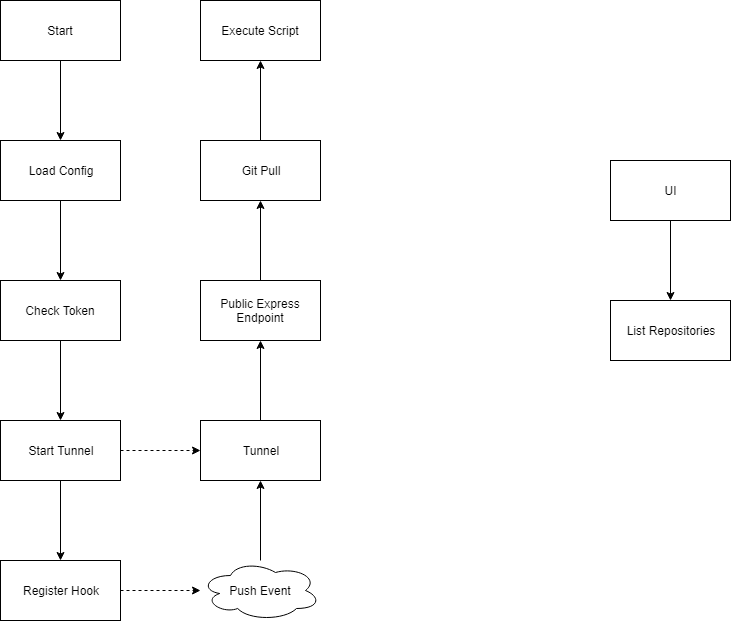
Earlier version of the draw.io export diagram.png (cinderblock/coxswain). Source tidied: cells renumbered, new cells last; positions are measured from the earlier drawing's top-left corner, leaving out a move shared by most shapes.
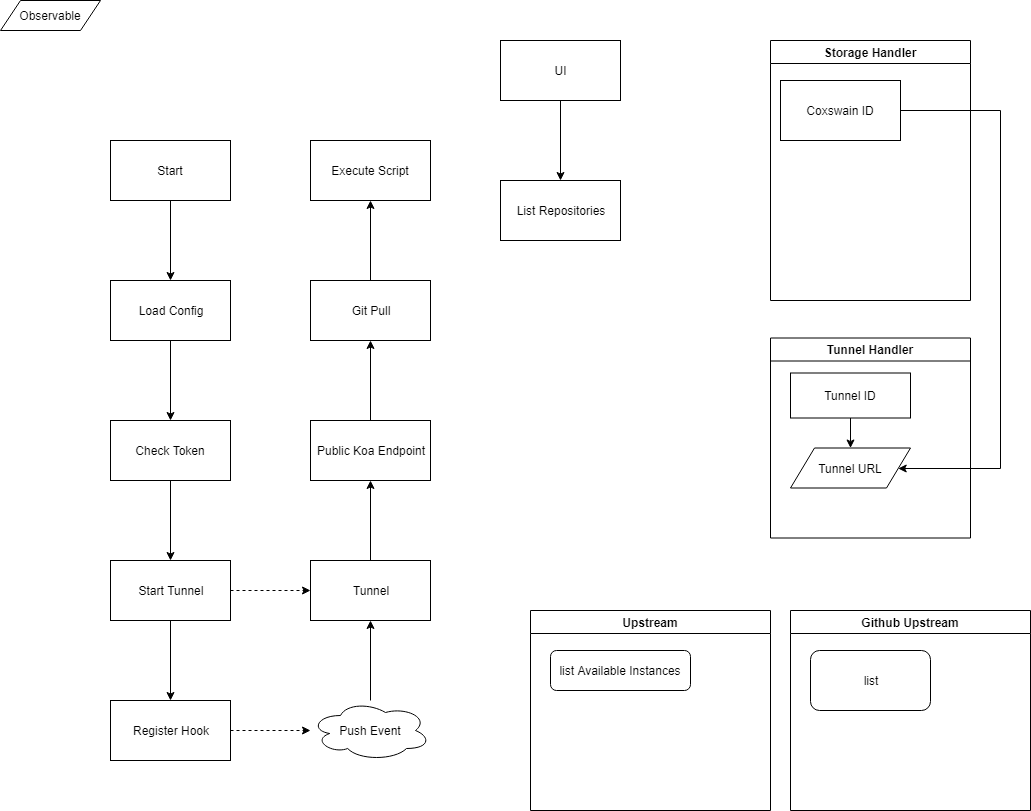
After the commit.

Commit message:
WIP: Putzing around

Diff of the diagram source:
```diff
@@ -47,7 +47,7 @@
     <mxCell id="16" style="edgeStyle=orthogonalEdgeStyle;rounded=0;html=1;jettySize=auto;" parent="1" edge="1" source="17" target="19">
       <mxGeometry relative="1" as="geometry" />
     </mxCell>
-    <mxCell id="17" value="Public Express Endpoint" style="rounded=0;whiteSpace=wrap;html=1;" parent="1" vertex="1">
+    <mxCell id="17" value="Public Koa Endpoint" style="rounded=0;whiteSpace=wrap;html=1;" parent="1" vertex="1">
       <mxGeometry x="200" y="280" width="120" height="60" as="geometry" />
     </mxCell>
     <mxCell id="18" style="edgeStyle=orthogonalEdgeStyle;rounded=0;html=1;jettySize=auto;" parent="1" edge="1" source="19" target="20">
@@ -63,13 +63,54 @@
       <mxGeometry relative="1" as="geometry" />
     </mxCell>
     <mxCell id="22" value="UI" style="rounded=0;whiteSpace=wrap;html=1;" parent="1" vertex="1">
-      <mxGeometry x="610" y="160" width="120" height="60" as="geometry" />
+      <mxGeometry x="390" y="-100" width="120" height="60" as="geometry" />
     </mxCell>
     <mxCell id="23" value="List Repositories" style="rounded=0;whiteSpace=wrap;html=1;" parent="1" vertex="1">
-      <mxGeometry x="610" y="300" width="120" height="60" as="geometry" />
+      <mxGeometry x="390" y="40" width="120" height="60" as="geometry" />
     </mxCell>
     <mxCell id="24" style="endArrow=classic;html=1;dashed=1;" parent="1" edge="1" source="9" target="15">
       <mxGeometry relative="1" as="geometry" />
     </mxCell>
+    <mxCell id="25" value="Tunnel Handler" style="swimlane;startSize=23;comic=0;swimlaneLine=1;glass=0;" parent="1" vertex="1">
+      <mxGeometry x="660" y="197.5" width="200" height="200" as="geometry" />
+    </mxCell>
+    <mxCell id="26" value="Tunnel URL&lt;br&gt;" style="shape=parallelogram;perimeter=parallelogramPerimeter;whiteSpace=wrap;html=1;comic=0;rounded=0;" parent="25" vertex="1">
+      <mxGeometry x="20" y="110" width="120" height="40" as="geometry" />
+    </mxCell>
+    <mxCell id="27" style="edgeStyle=orthogonalEdgeStyle;rounded=0;html=1;jettySize=auto;" parent="25" edge="1" source="28" target="26">
+      <mxGeometry relative="1" as="geometry" />
+    </mxCell>
+    <mxCell id="28" value="Tunnel ID&lt;br&gt;" style="rounded=0;whiteSpace=wrap;html=1;fontFamily=Helvetica;fontSize=12;fontColor=#000000;align=center;strokeColor=#000000;fillColor=#ffffff;comic=0;glass=0;shadow=0;" parent="25" vertex="1">
+      <mxGeometry x="20" y="35" width="120" height="45" as="geometry" />
+    </mxCell>
+    <mxCell id="29" value="Storage Handler" style="swimlane;startSize=23;" parent="1" vertex="1">
+      <mxGeometry x="660" y="-100" width="200" height="260" as="geometry" />
+    </mxCell>
+    <mxCell id="30" value="Coxswain ID&lt;br&gt;" style="rounded=0;whiteSpace=wrap;html=1;fontFamily=Helvetica;fontSize=12;fontColor=#000000;align=center;strokeColor=#000000;fillColor=#ffffff;" parent="29" vertex="1">
+      <mxGeometry x="10" y="40" width="120" height="60" as="geometry" />
+    </mxCell>
+    <mxCell id="31" value="Observable" style="shape=parallelogram;perimeter=parallelogramPerimeter;whiteSpace=wrap;html=1;" parent="1" vertex="1">
+      <mxGeometry x="-110" y="-140" width="100" height="30" as="geometry" />
+    </mxCell>
+    <mxCell id="32" style="edgeStyle=orthogonalEdgeStyle;rounded=0;html=1;jettySize=auto;comic=0;" parent="1" edge="1" source="30" target="26">
+      <mxGeometry relative="1" as="geometry">
+        <Array as="points">
+          <mxPoint x="890" y="-30" />
+          <mxPoint x="890" y="328" />
+        </Array>
+      </mxGeometry>
+    </mxCell>
+    <mxCell id="33" value="Upstream" style="swimlane;" parent="1" vertex="1">
+      <mxGeometry x="420" y="470" width="240" height="200" as="geometry" />
+    </mxCell>
+    <mxCell id="34" value="list Available Instances&lt;br&gt;" style="rounded=1;whiteSpace=wrap;html=1;" parent="33" vertex="1">
+      <mxGeometry x="20" y="40" width="140" height="40" as="geometry" />
+    </mxCell>
+    <mxCell id="35" value="Github Upstream" style="swimlane;" parent="1" vertex="1">
+      <mxGeometry x="680" y="470" width="240" height="200" as="geometry" />
+    </mxCell>
+    <mxCell id="36" value="list&lt;br&gt;" style="rounded=1;whiteSpace=wrap;html=1;" parent="35" vertex="1">
+      <mxGeometry x="20" y="40" width="120" height="60" as="geometry" />
+    </mxCell>
   </root>
 </mxGraphModel>
```
